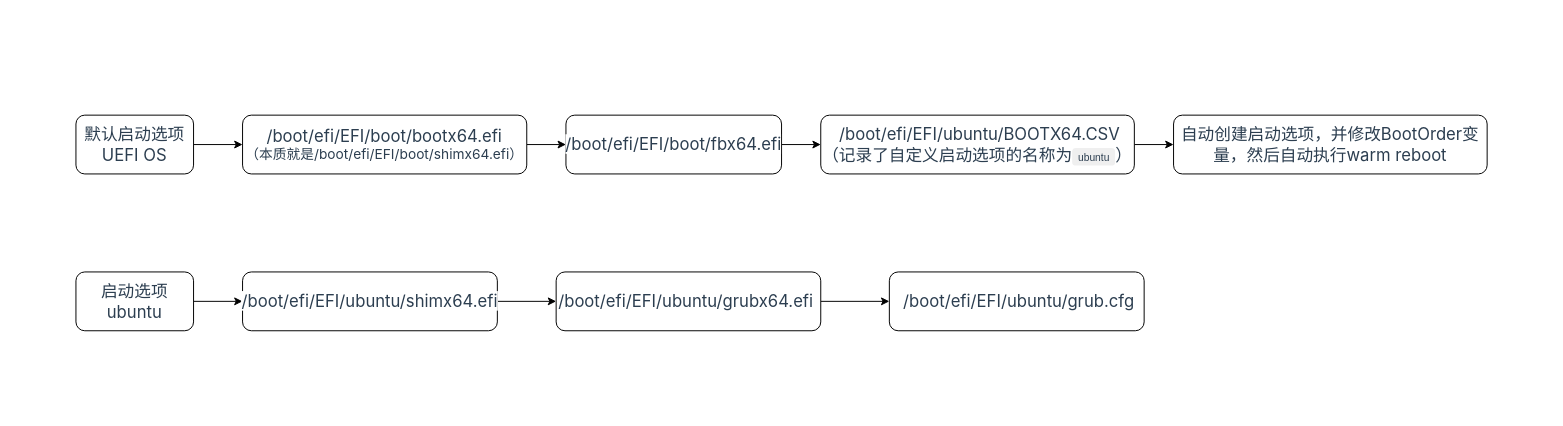
wbzzx-bb/wb-linux keeps this draw.io diagram as Linux启动过程.drawio. Above is the earlier version. Source tidied: cells renumbered, new cells numbered last; positions are measured from the earlier drawing's top-left corner, leaving out a move shared by most shapes. Both pictures are drawn from the tidied source at 98%, with x=0, y=0 at pixel (75, 115).
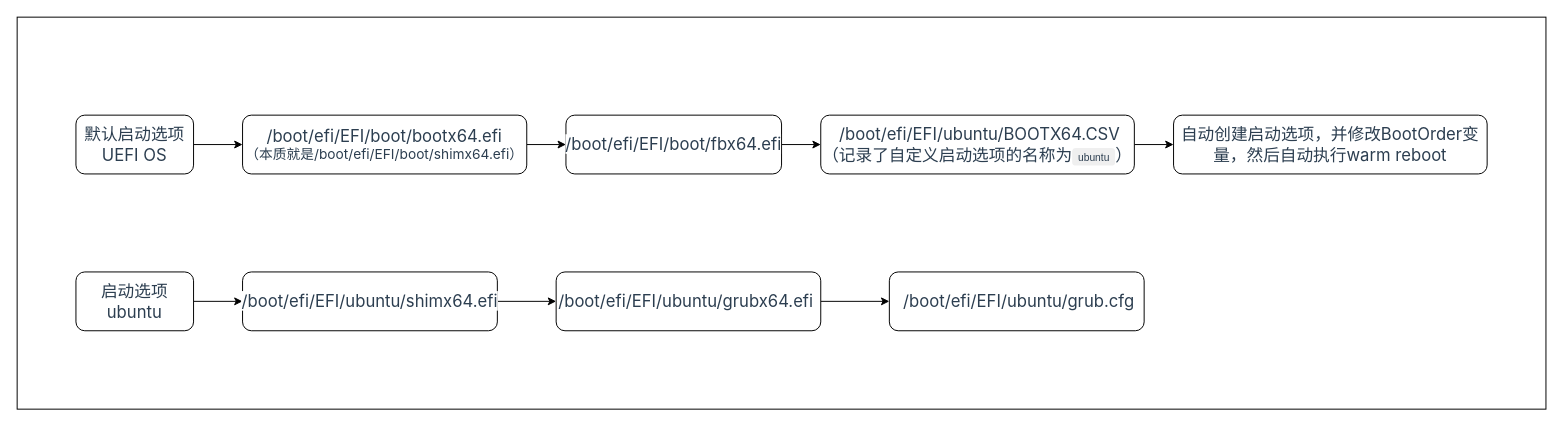
The same page after the edit.

Commit message (it also covers changes not shown here):
更新Linux启动过程.drawio

What changed in the source:
```diff
@@
 <mxGraphModel>
   <root>
     <mxCell id="0" />
     <mxCell id="1" parent="0" />
+    <mxCell id="18" style="rounded=0;whiteSpace=wrap;html=1;" parent="1" vertex="1">
+      <mxGeometry x="-60" y="-100" width="1560" height="400" as="geometry" />
+    </mxCell>
     <mxCell id="2" style="edgeStyle=orthogonalEdgeStyle;rounded=0;jettySize=auto;html=1;exitX=1;exitY=0.5;exitDx=0;exitDy=0;" parent="1" edge="1" source="3" target="5">
       <mxGeometry relative="1" as="geometry" />
     </mxCell>
     <mxCell id="3" value="&lt;span style=&quot;color: rgb(44, 62, 80); font-family: -apple-system, BlinkMacSystemFont, &amp;quot;Segoe UI&amp;quot;, Roboto, &amp;quot;Helvetica Neue&amp;quot;, Arial, &amp;quot;Noto Sans&amp;quot;, STHeiti, &amp;quot;Microsoft YaHei&amp;quot;, SimSun, sans-serif, &amp;quot;Apple Color Emoji&amp;quot;, &amp;quot;Segoe UI Emoji&amp;quot;, &amp;quot;Segoe UI Symbol&amp;quot;, &amp;quot;Noto Color Emoji&amp;quot;; font-size: 17px; text-align: justify; background-color: rgb(255, 255, 255);&quot;&gt;默认启动选项UEFI OS&lt;/span&gt;" style="rounded=1;whiteSpace=wrap;html=1;" parent="1" vertex="1">
       <mxGeometry width="120" height="60" as="geometry" />
     </mxCell>
     <mxCell id="4" style="edgeStyle=orthogonalEdgeStyle;rounded=0;jettySize=auto;html=1;entryX=0;entryY=0.5;entryDx=0;entryDy=0;" parent="1" edge="1" source="5" target="7">
       <mxGeometry relative="1" as="geometry" />
     </mxCell>
     <mxCell id="5" value="&lt;span style=&quot;color: rgb(44, 62, 80); font-family: -apple-system, BlinkMacSystemFont, &amp;quot;Segoe UI&amp;quot;, Roboto, &amp;quot;Helvetica Neue&amp;quot;, Arial, &amp;quot;Noto Sans&amp;quot;, STHeiti, &amp;quot;Microsoft YaHei&amp;quot;, SimSun, sans-serif, &amp;quot;Apple Color Emoji&amp;quot;, &amp;quot;Segoe UI Emoji&amp;quot;, &amp;quot;Segoe UI Symbol&amp;quot;, &amp;quot;Noto Color Emoji&amp;quot;; font-size: 17px; text-align: justify; background-color: rgb(255, 255, 255);&quot;&gt;/boot/efi/EFI/boot/bootx64.efi&lt;/span&gt;&lt;div style=&quot;font-size: 14px;&quot;&gt;&lt;span style=&quot;color: rgb(44, 62, 80); font-family: -apple-system, BlinkMacSystemFont, &amp;quot;Segoe UI&amp;quot;, Roboto, &amp;quot;Helvetica Neue&amp;quot;, Arial, &amp;quot;Noto Sans&amp;quot;, STHeiti, &amp;quot;Microsoft YaHei&amp;quot;, SimSun, sans-serif, &amp;quot;Apple Color Emoji&amp;quot;, &amp;quot;Segoe UI Emoji&amp;quot;, &amp;quot;Segoe UI Symbol&amp;quot;, &amp;quot;Noto Color Emoji&amp;quot;; text-align: justify; background-color: rgb(255, 255, 255);&quot;&gt;（本质就是&lt;/span&gt;&lt;span style=&quot;background-color: rgb(255, 255, 255); color: rgb(44, 62, 80); font-family: -apple-system, BlinkMacSystemFont, &amp;quot;Segoe UI&amp;quot;, Roboto, &amp;quot;Helvetica Neue&amp;quot;, Arial, &amp;quot;Noto Sans&amp;quot;, STHeiti, &amp;quot;Microsoft YaHei&amp;quot;, SimSun, sans-serif, &amp;quot;Apple Color Emoji&amp;quot;, &amp;quot;Segoe UI Emoji&amp;quot;, &amp;quot;Segoe UI Symbol&amp;quot;, &amp;quot;Noto Color Emoji&amp;quot;; text-align: justify;&quot;&gt;/boot/efi&lt;/span&gt;&lt;span style=&quot;background-color: rgb(255, 255, 255); color: rgb(44, 62, 80); font-family: -apple-system, BlinkMacSystemFont, &amp;quot;Segoe UI&amp;quot;, Roboto, &amp;quot;Helvetica Neue&amp;quot;, Arial, &amp;quot;Noto Sans&amp;quot;, STHeiti, &amp;quot;Microsoft YaHei&amp;quot;, SimSun, sans-serif, &amp;quot;Apple Color Emoji&amp;quot;, &amp;quot;Segoe UI Emoji&amp;quot;, &amp;quot;Segoe UI Symbol&amp;quot;, &amp;quot;Noto Color Emoji&amp;quot;; text-align: justify;&quot;&gt;/EFI/boot/shimx64.efi）&lt;/span&gt;&lt;/div&gt;" style="rounded=1;whiteSpace=wrap;html=1;" parent="1" vertex="1">
       <mxGeometry x="170" width="290" height="60" as="geometry" />
     </mxCell>
     <mxCell id="6" style="edgeStyle=orthogonalEdgeStyle;rounded=0;jettySize=auto;html=1;exitX=1;exitY=0.5;exitDx=0;exitDy=0;entryX=0;entryY=0.5;entryDx=0;entryDy=0;" parent="1" edge="1" source="7" target="9">
       <mxGeometry relative="1" as="geometry" />
     </mxCell>
     <mxCell id="7" value="&lt;span style=&quot;color: rgb(44, 62, 80); font-family: -apple-system, BlinkMacSystemFont, &amp;quot;Segoe UI&amp;quot;, Roboto, &amp;quot;Helvetica Neue&amp;quot;, Arial, &amp;quot;Noto Sans&amp;quot;, STHeiti, &amp;quot;Microsoft YaHei&amp;quot;, SimSun, sans-serif, &amp;quot;Apple Color Emoji&amp;quot;, &amp;quot;Segoe UI Emoji&amp;quot;, &amp;quot;Segoe UI Symbol&amp;quot;, &amp;quot;Noto Color Emoji&amp;quot;; font-size: 17px; text-align: justify; background-color: rgb(255, 255, 255);&quot;&gt;/boot/efi&lt;/span&gt;&lt;span style=&quot;color: rgb(44, 62, 80); font-family: -apple-system, BlinkMacSystemFont, &amp;quot;Segoe UI&amp;quot;, Roboto, &amp;quot;Helvetica Neue&amp;quot;, Arial, &amp;quot;Noto Sans&amp;quot;, STHeiti, &amp;quot;Microsoft YaHei&amp;quot;, SimSun, sans-serif, &amp;quot;Apple Color Emoji&amp;quot;, &amp;quot;Segoe UI Emoji&amp;quot;, &amp;quot;Segoe UI Symbol&amp;quot;, &amp;quot;Noto Color Emoji&amp;quot;; font-size: 17px; text-align: justify; background-color: rgb(255, 255, 255);&quot;&gt;/EFI/boot/fbx64.efi&lt;/span&gt;" style="rounded=1;whiteSpace=wrap;html=1;" parent="1" vertex="1">
       <mxGeometry x="500" width="220" height="60" as="geometry" />
     </mxCell>
     <mxCell id="8" style="edgeStyle=orthogonalEdgeStyle;rounded=0;jettySize=auto;html=1;" parent="1" edge="1" source="9" target="10">
       <mxGeometry relative="1" as="geometry" />
     </mxCell>
     <mxCell id="9" value="&lt;span style=&quot;color: rgb(44, 62, 80); font-family: -apple-system, BlinkMacSystemFont, &amp;quot;Segoe UI&amp;quot;, Roboto, &amp;quot;Helvetica Neue&amp;quot;, Arial, &amp;quot;Noto Sans&amp;quot;, STHeiti, &amp;quot;Microsoft YaHei&amp;quot;, SimSun, sans-serif, &amp;quot;Apple Color Emoji&amp;quot;, &amp;quot;Segoe UI Emoji&amp;quot;, &amp;quot;Segoe UI Symbol&amp;quot;, &amp;quot;Noto Color Emoji&amp;quot;; font-size: 17px; text-align: justify; background-color: rgb(255, 255, 255);&quot;&gt;&amp;nbsp;&lt;/span&gt;&lt;span style=&quot;color: rgb(44, 62, 80); font-family: -apple-system, BlinkMacSystemFont, &amp;quot;Segoe UI&amp;quot;, Roboto, &amp;quot;Helvetica Neue&amp;quot;, Arial, &amp;quot;Noto Sans&amp;quot;, STHeiti, &amp;quot;Microsoft YaHei&amp;quot;, SimSun, sans-serif, &amp;quot;Apple Color Emoji&amp;quot;, &amp;quot;Segoe UI Emoji&amp;quot;, &amp;quot;Segoe UI Symbol&amp;quot;, &amp;quot;Noto Color Emoji&amp;quot;; font-size: 17px; text-align: justify; background-color: rgb(255, 255, 255);&quot;&gt;/boot/efi&lt;/span&gt;&lt;span style=&quot;color: rgb(44, 62, 80); font-family: -apple-system, BlinkMacSystemFont, &amp;quot;Segoe UI&amp;quot;, Roboto, &amp;quot;Helvetica Neue&amp;quot;, Arial, &amp;quot;Noto Sans&amp;quot;, STHeiti, &amp;quot;Microsoft YaHei&amp;quot;, SimSun, sans-serif, &amp;quot;Apple Color Emoji&amp;quot;, &amp;quot;Segoe UI Emoji&amp;quot;, &amp;quot;Segoe UI Symbol&amp;quot;, &amp;quot;Noto Color Emoji&amp;quot;; font-size: 17px; text-align: justify; background-color: rgb(255, 255, 255);&quot;&gt;/EFI/ubuntu/BOOTX64.CSV&lt;/span&gt;&lt;div&gt;&lt;span style=&quot;color: rgb(44, 62, 80); font-family: -apple-system, BlinkMacSystemFont, &amp;quot;Segoe UI&amp;quot;, Roboto, &amp;quot;Helvetica Neue&amp;quot;, Arial, &amp;quot;Noto Sans&amp;quot;, STHeiti, &amp;quot;Microsoft YaHei&amp;quot;, SimSun, sans-serif, &amp;quot;Apple Color Emoji&amp;quot;, &amp;quot;Segoe UI Emoji&amp;quot;, &amp;quot;Segoe UI Symbol&amp;quot;, &amp;quot;Noto Color Emoji&amp;quot;; font-size: 17px; text-align: justify; background-color: rgb(255, 255, 255);&quot;&gt;（记录了自定义启动选项的名称为&lt;/span&gt;&lt;code style=&quot;margin: 0px; padding: 3px 6px; border-radius: 4px; background: rgba(127, 127, 127, 0.12); font-size: 0.875em; overflow-wrap: break-word; font-family: var(--font-family-mono); color: rgb(44, 62, 80); text-align: justify;&quot;&gt;ubuntu&lt;/code&gt;&lt;span style=&quot;color: rgb(44, 62, 80); font-family: -apple-system, BlinkMacSystemFont, &amp;quot;Segoe UI&amp;quot;, Roboto, &amp;quot;Helvetica Neue&amp;quot;, Arial, &amp;quot;Noto Sans&amp;quot;, STHeiti, &amp;quot;Microsoft YaHei&amp;quot;, SimSun, sans-serif, &amp;quot;Apple Color Emoji&amp;quot;, &amp;quot;Segoe UI Emoji&amp;quot;, &amp;quot;Segoe UI Symbol&amp;quot;, &amp;quot;Noto Color Emoji&amp;quot;; font-size: 17px; text-align: justify; background-color: rgb(255, 255, 255);&quot;&gt;）&lt;/span&gt;&lt;/div&gt;" style="rounded=1;whiteSpace=wrap;html=1;" parent="1" vertex="1">
       <mxGeometry x="760" width="320" height="60" as="geometry" />
     </mxCell>
     <mxCell id="10" value="&lt;span style=&quot;color: rgb(44, 62, 80); font-family: -apple-system, BlinkMacSystemFont, &amp;quot;Segoe UI&amp;quot;, Roboto, &amp;quot;Helvetica Neue&amp;quot;, Arial, &amp;quot;Noto Sans&amp;quot;, STHeiti, &amp;quot;Microsoft YaHei&amp;quot;, SimSun, sans-serif, &amp;quot;Apple Color Emoji&amp;quot;, &amp;quot;Segoe UI Emoji&amp;quot;, &amp;quot;Segoe UI Symbol&amp;quot;, &amp;quot;Noto Color Emoji&amp;quot;; font-size: 17px; text-align: justify; background-color: rgb(255, 255, 255);&quot;&gt;自动创建启动选项，并修改BootOrder变量，然后自动执行warm reboot&lt;/span&gt;" style="rounded=1;whiteSpace=wrap;html=1;" parent="1" vertex="1">
       <mxGeometry x="1120" width="320" height="60" as="geometry" />
     </mxCell>
     <mxCell id="11" style="edgeStyle=orthogonalEdgeStyle;rounded=0;jettySize=auto;html=1;exitX=1;exitY=0.5;exitDx=0;exitDy=0;" parent="1" edge="1" source="12" target="14">
       <mxGeometry relative="1" as="geometry" />
     </mxCell>
     <mxCell id="12" value="&lt;span style=&quot;color: rgb(44, 62, 80); font-family: -apple-system, BlinkMacSystemFont, &amp;quot;Segoe UI&amp;quot;, Roboto, &amp;quot;Helvetica Neue&amp;quot;, Arial, &amp;quot;Noto Sans&amp;quot;, STHeiti, &amp;quot;Microsoft YaHei&amp;quot;, SimSun, sans-serif, &amp;quot;Apple Color Emoji&amp;quot;, &amp;quot;Segoe UI Emoji&amp;quot;, &amp;quot;Segoe UI Symbol&amp;quot;, &amp;quot;Noto Color Emoji&amp;quot;; font-size: 17px; text-align: justify; background-color: rgb(255, 255, 255);&quot;&gt;启动选项ubuntu&lt;/span&gt;" style="rounded=1;whiteSpace=wrap;html=1;" parent="1" vertex="1">
       <mxGeometry y="160" width="120" height="60" as="geometry" />
     </mxCell>
     <mxCell id="13" style="edgeStyle=orthogonalEdgeStyle;rounded=0;jettySize=auto;html=1;exitX=1;exitY=0.5;exitDx=0;exitDy=0;entryX=0;entryY=0.5;entryDx=0;entryDy=0;" parent="1" edge="1" source="14" target="16">
       <mxGeometry relative="1" as="geometry" />
     </mxCell>
     <mxCell id="14" value="&lt;span style=&quot;color: rgb(44, 62, 80); font-family: -apple-system, BlinkMacSystemFont, &amp;quot;Segoe UI&amp;quot;, Roboto, &amp;quot;Helvetica Neue&amp;quot;, Arial, &amp;quot;Noto Sans&amp;quot;, STHeiti, &amp;quot;Microsoft YaHei&amp;quot;, SimSun, sans-serif, &amp;quot;Apple Color Emoji&amp;quot;, &amp;quot;Segoe UI Emoji&amp;quot;, &amp;quot;Segoe UI Symbol&amp;quot;, &amp;quot;Noto Color Emoji&amp;quot;; font-size: 17px; text-align: justify; background-color: rgb(255, 255, 255);&quot;&gt;/boot/efi&lt;/span&gt;&lt;span style=&quot;color: rgb(44, 62, 80); font-family: -apple-system, BlinkMacSystemFont, &amp;quot;Segoe UI&amp;quot;, Roboto, &amp;quot;Helvetica Neue&amp;quot;, Arial, &amp;quot;Noto Sans&amp;quot;, STHeiti, &amp;quot;Microsoft YaHei&amp;quot;, SimSun, sans-serif, &amp;quot;Apple Color Emoji&amp;quot;, &amp;quot;Segoe UI Emoji&amp;quot;, &amp;quot;Segoe UI Symbol&amp;quot;, &amp;quot;Noto Color Emoji&amp;quot;; font-size: 17px; text-align: justify; background-color: rgb(255, 255, 255);&quot;&gt;/EFI/ubuntu/shimx64.efi&lt;/span&gt;" style="rounded=1;whiteSpace=wrap;html=1;" parent="1" vertex="1">
       <mxGeometry x="170" y="160" width="260" height="60" as="geometry" />
     </mxCell>
     <mxCell id="15" style="edgeStyle=orthogonalEdgeStyle;rounded=0;jettySize=auto;html=1;exitX=1;exitY=0.5;exitDx=0;exitDy=0;entryX=0;entryY=0.5;entryDx=0;entryDy=0;" parent="1" edge="1" source="16" target="17">
       <mxGeometry relative="1" as="geometry" />
     </mxCell>
     <mxCell id="16" value="&lt;span style=&quot;color: rgb(44, 62, 80); font-family: -apple-system, BlinkMacSystemFont, &amp;quot;Segoe UI&amp;quot;, Roboto, &amp;quot;Helvetica Neue&amp;quot;, Arial, &amp;quot;Noto Sans&amp;quot;, STHeiti, &amp;quot;Microsoft YaHei&amp;quot;, SimSun, sans-serif, &amp;quot;Apple Color Emoji&amp;quot;, &amp;quot;Segoe UI Emoji&amp;quot;, &amp;quot;Segoe UI Symbol&amp;quot;, &amp;quot;Noto Color Emoji&amp;quot;; font-size: 17px; text-align: justify; background-color: rgb(255, 255, 255);&quot;&gt;/boot/efi&lt;/span&gt;&lt;span style=&quot;color: rgb(44, 62, 80); font-family: -apple-system, BlinkMacSystemFont, &amp;quot;Segoe UI&amp;quot;, Roboto, &amp;quot;Helvetica Neue&amp;quot;, Arial, &amp;quot;Noto Sans&amp;quot;, STHeiti, &amp;quot;Microsoft YaHei&amp;quot;, SimSun, sans-serif, &amp;quot;Apple Color Emoji&amp;quot;, &amp;quot;Segoe UI Emoji&amp;quot;, &amp;quot;Segoe UI Symbol&amp;quot;, &amp;quot;Noto Color Emoji&amp;quot;; font-size: 17px; text-align: justify; background-color: rgb(255, 255, 255);&quot;&gt;/EFI/ubuntu/grubx64.efi&amp;nbsp;&lt;/span&gt;" style="rounded=1;whiteSpace=wrap;html=1;" parent="1" vertex="1">
       <mxGeometry x="490" y="160" width="270" height="60" as="geometry" />
     </mxCell>
     <mxCell id="17" value="&lt;span style=&quot;color: rgb(44, 62, 80); font-family: -apple-system, BlinkMacSystemFont, &amp;quot;Segoe UI&amp;quot;, Roboto, &amp;quot;Helvetica Neue&amp;quot;, Arial, &amp;quot;Noto Sans&amp;quot;, STHeiti, &amp;quot;Microsoft YaHei&amp;quot;, SimSun, sans-serif, &amp;quot;Apple Color Emoji&amp;quot;, &amp;quot;Segoe UI Emoji&amp;quot;, &amp;quot;Segoe UI Symbol&amp;quot;, &amp;quot;Noto Color Emoji&amp;quot;; font-size: 17px; text-align: justify; background-color: rgb(255, 255, 255);&quot;&gt;&amp;nbsp;&lt;/span&gt;&lt;span style=&quot;color: rgb(44, 62, 80); font-family: -apple-system, BlinkMacSystemFont, &amp;quot;Segoe UI&amp;quot;, Roboto, &amp;quot;Helvetica Neue&amp;quot;, Arial, &amp;quot;Noto Sans&amp;quot;, STHeiti, &amp;quot;Microsoft YaHei&amp;quot;, SimSun, sans-serif, &amp;quot;Apple Color Emoji&amp;quot;, &amp;quot;Segoe UI Emoji&amp;quot;, &amp;quot;Segoe UI Symbol&amp;quot;, &amp;quot;Noto Color Emoji&amp;quot;; font-size: 17px; text-align: justify; background-color: rgb(255, 255, 255);&quot;&gt;/boot/efi&lt;/span&gt;&lt;span style=&quot;color: rgb(44, 62, 80); font-family: -apple-system, BlinkMacSystemFont, &amp;quot;Segoe UI&amp;quot;, Roboto, &amp;quot;Helvetica Neue&amp;quot;, Arial, &amp;quot;Noto Sans&amp;quot;, STHeiti, &amp;quot;Microsoft YaHei&amp;quot;, SimSun, sans-serif, &amp;quot;Apple Color Emoji&amp;quot;, &amp;quot;Segoe UI Emoji&amp;quot;, &amp;quot;Segoe UI Symbol&amp;quot;, &amp;quot;Noto Color Emoji&amp;quot;; font-size: 17px; text-align: justify; background-color: rgb(255, 255, 255);&quot;&gt;/EFI/ubuntu/grub.cfg&lt;/span&gt;" style="rounded=1;whiteSpace=wrap;html=1;" parent="1" vertex="1">
       <mxGeometry x="830" y="160" width="260" height="60" as="geometry" />
     </mxCell>
   </root>
 </mxGraphModel>
```
